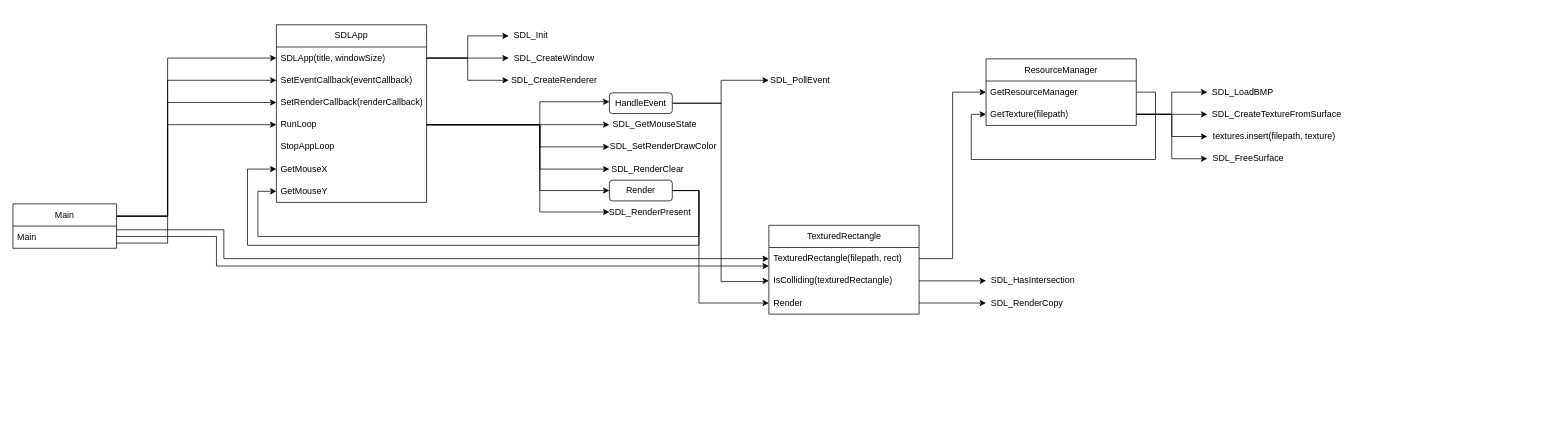
GabrielMerinoUCA/SDL-Tutorial keeps this draw.io diagram as doc/SDL.drawio. Above is the earlier version. Source tidied: cells renumbered, new cells numbered last; positions are measured from the earlier drawing's top-left corner, leaving out a move shared by most shapes. Both pictures are drawn from the tidied source at 74%, with x=0, y=0 at pixel (13, 24).
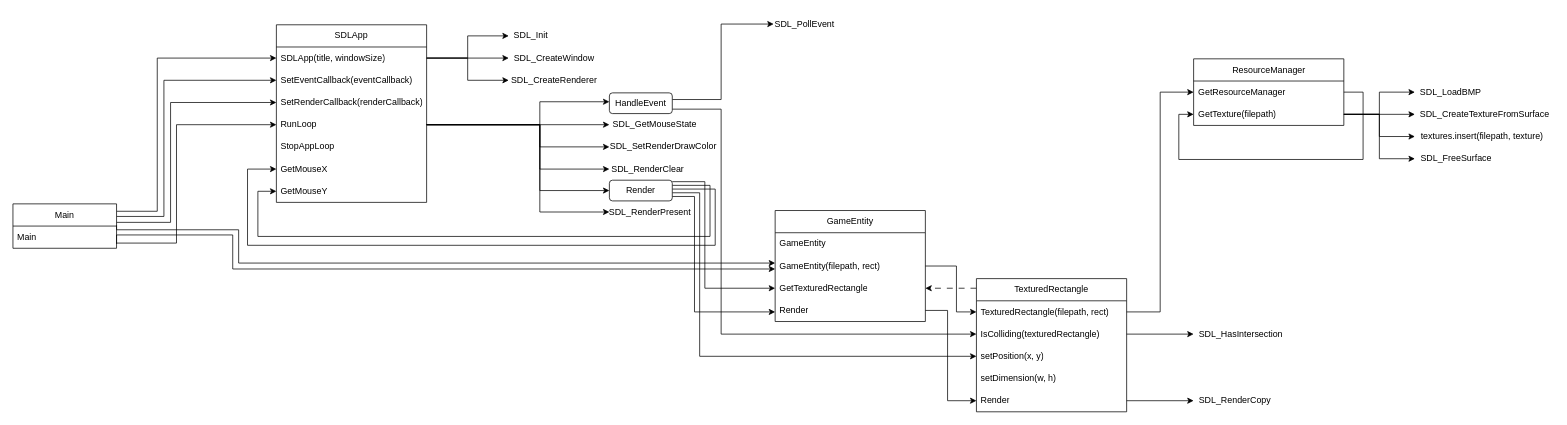
Above is the later version.

The change refers to these unchanged cells:
```xml
<mxCell id="7" value="Main" style="swimlane;fontStyle=0;horizontal=1;startSize=30;whiteSpace=wrap;html=1;" parent="1" vertex="1">
  <mxGeometry y="242" width="140" height="60" as="geometry" />
</mxCell>
<mxCell id="8" value="&lt;div&gt;Main&lt;/div&gt;" style="text;strokeColor=none;fillColor=none;align=left;verticalAlign=middle;spacingLeft=4;spacingRight=4;overflow=hidden;points=[[0,0.5],[1,0.5]];portConstraint=eastwest;whiteSpace=wrap;html=1;" parent="7" vertex="1">
  <mxGeometry y="30" width="140" height="30" as="geometry" />
</mxCell>
<mxCell id="10" value="SDLApp(title, windowSize)" style="text;strokeColor=none;fillColor=none;align=left;verticalAlign=middle;spacingLeft=4;spacingRight=4;overflow=hidden;points=[[0,0.5],[1,0.5]];portConstraint=eastwest;whiteSpace=wrap;html=1;" parent="9" vertex="1">
  <mxGeometry y="30" width="203" height="30" as="geometry" />
</mxCell>
<mxCell id="11" value="SetEventCallback(eventCallback)" style="text;strokeColor=none;fillColor=none;align=left;verticalAlign=middle;spacingLeft=4;spacingRight=4;overflow=hidden;points=[[0,0.5],[1,0.5]];portConstraint=eastwest;whiteSpace=wrap;html=1;" parent="9" vertex="1">
  <mxGeometry y="60" width="203" height="30" as="geometry" />
</mxCell>
<mxCell id="12" value="SetRenderCallback(renderCallback)" style="text;strokeColor=none;fillColor=none;align=left;verticalAlign=middle;spacingLeft=4;spacingRight=4;overflow=hidden;points=[[0,0.5],[1,0.5]];portConstraint=eastwest;whiteSpace=wrap;html=1;" parent="9" vertex="1">
  <mxGeometry y="90" width="203" height="30" as="geometry" />
</mxCell>
<mxCell id="13" value="RunLoop" style="text;strokeColor=none;fillColor=none;align=left;verticalAlign=middle;spacingLeft=4;spacingRight=4;overflow=hidden;points=[[0,0.5],[1,0.5]];portConstraint=eastwest;whiteSpace=wrap;html=1;" parent="9" vertex="1">
  <mxGeometry y="120" width="203" height="30" as="geometry" />
</mxCell>
<mxCell id="15" value="GetMouseX" style="text;strokeColor=none;fillColor=none;align=left;verticalAlign=middle;spacingLeft=4;spacingRight=4;overflow=hidden;points=[[0,0.5],[1,0.5]];portConstraint=eastwest;whiteSpace=wrap;html=1;" parent="9" vertex="1">
  <mxGeometry y="180" width="203" height="30" as="geometry" />
</mxCell>
<mxCell id="16" value="GetMouseY" style="text;strokeColor=none;fillColor=none;align=left;verticalAlign=middle;spacingLeft=4;spacingRight=4;overflow=hidden;points=[[0,0.5],[1,0.5]];portConstraint=eastwest;whiteSpace=wrap;html=1;" parent="9" vertex="1">
  <mxGeometry y="210" width="203" height="30" as="geometry" />
</mxCell>
<mxCell id="26" value="HandleEvent" style="rounded=1;whiteSpace=wrap;html=1;" parent="1" vertex="1">
  <mxGeometry x="806" y="92" width="85" height="28" as="geometry" />
</mxCell>
<mxCell id="29" value="TexturedRectangle(filepath, rect)" style="text;strokeColor=none;fillColor=none;align=left;verticalAlign=middle;spacingLeft=4;spacingRight=4;overflow=hidden;points=[[0,0.5],[1,0.5]];portConstraint=eastwest;whiteSpace=wrap;html=1;" parent="28" vertex="1">
  <mxGeometry y="30" width="203" height="30" as="geometry" />
</mxCell>
<mxCell id="30" value="IsColliding(texturedRectangle)" style="text;strokeColor=none;fillColor=none;align=left;verticalAlign=middle;spacingLeft=4;spacingRight=4;overflow=hidden;points=[[0,0.5],[1,0.5]];portConstraint=eastwest;whiteSpace=wrap;html=1;" parent="28" vertex="1">
  <mxGeometry y="60" width="203" height="30" as="geometry" />
</mxCell>
<mxCell id="41" value="Render" style="rounded=1;whiteSpace=wrap;html=1;" parent="1" vertex="1">
  <mxGeometry x="806" y="210" width="85" height="28" as="geometry" />
</mxCell>
```

Diff of the diagram source:
```diff
@@
     <mxCell id="2" style="edgeStyle=orthogonalEdgeStyle;rounded=0;jettySize=auto;html=1;entryX=0;entryY=0.5;entryDx=0;entryDy=0;" parent="1" edge="1" source="7" target="10">
       <mxGeometry relative="1" as="geometry">
         <Array as="points">
-          <mxPoint x="209" y="258" />
-          <mxPoint x="209" y="45" />
+          <mxPoint x="195" y="252" />
+          <mxPoint x="195" y="45" />
         </Array>
       </mxGeometry>
     </mxCell>
     <mxCell id="3" style="edgeStyle=orthogonalEdgeStyle;rounded=0;jettySize=auto;html=1;" parent="1" edge="1" source="7" target="11">
       <mxGeometry relative="1" as="geometry">
         <Array as="points">
-          <mxPoint x="209" y="259" />
-          <mxPoint x="209" y="75" />
+          <mxPoint x="204" y="259" />
+          <mxPoint x="204" y="75" />
         </Array>
       </mxGeometry>
     </mxCell>
     <mxCell id="4" style="edgeStyle=orthogonalEdgeStyle;rounded=0;jettySize=auto;html=1;" parent="1" edge="1" source="7" target="12">
       <mxGeometry relative="1" as="geometry">
         <Array as="points">
-          <mxPoint x="209" y="259" />
-          <mxPoint x="209" y="105" />
+          <mxPoint x="213" y="267" />
+          <mxPoint x="213" y="105" />
         </Array>
       </mxGeometry>
     </mxCell>
     <mxCell id="5" style="edgeStyle=orthogonalEdgeStyle;rounded=0;jettySize=auto;html=1;" parent="1" edge="1" source="7" target="13">
       <mxGeometry relative="1" as="geometry">
         <Array as="points">
-          <mxPoint x="209" y="295" />
-          <mxPoint x="209" y="135" />
+          <mxPoint x="221" y="295" />
+          <mxPoint x="221" y="135" />
         </Array>
       </mxGeometry>
     </mxCell>
-    <mxCell id="6" style="edgeStyle=orthogonalEdgeStyle;rounded=0;jettySize=auto;html=1;" parent="1" edge="1" source="7" target="29">
-      <mxGeometry relative="1" as="geometry">
-        <Array as="points">
-          <mxPoint x="275" y="286" />
-          <mxPoint x="275" y="326" />
-        </Array>
-      </mxGeometry>
-    </mxCell>
@@
     <mxCell id="24" style="edgeStyle=orthogonalEdgeStyle;rounded=0;jettySize=auto;html=1;entryX=0;entryY=0.5;entryDx=0;entryDy=0;" parent="1" edge="1" source="26" target="27">
       <mxGeometry relative="1" as="geometry">
         <Array as="points">
-          <mxPoint x="957" y="106" />
-          <mxPoint x="957" y="75" />
+          <mxPoint x="957" y="101" />
+          <mxPoint x="957" y="-1" />
         </Array>
       </mxGeometry>
     </mxCell>
     <mxCell id="25" style="edgeStyle=orthogonalEdgeStyle;rounded=0;jettySize=auto;html=1;entryX=0;entryY=0.5;entryDx=0;entryDy=0;" parent="1" edge="1" source="26" target="30">
       <mxGeometry relative="1" as="geometry">
         <Array as="points">
-          <mxPoint x="957" y="106" />
-          <mxPoint x="957" y="347" />
-          <mxPoint x="1017" y="347" />
-          <mxPoint x="1017" y="346" />
+          <mxPoint x="957" y="114" />
+          <mxPoint x="957" y="418" />
         </Array>
       </mxGeometry>
     </mxCell>
@@
     <mxCell id="27" value="SDL_PollEvent" style="text;html=1;align=center;verticalAlign=middle;whiteSpace=wrap;rounded=0;" parent="1" vertex="1">
-      <mxGeometry x="1021.5" y="60" width="84" height="30" as="geometry" />
+      <mxGeometry x="1028" y="-16" width="84" height="30" as="geometry" />
     </mxCell>
+    <mxCell id="63" style="edgeStyle=orthogonalEdgeStyle;rounded=0;jettySize=auto;html=1;dashed=1;dashPattern=8 8;" parent="1" edge="1" source="28" target="72">
+      <mxGeometry relative="1" as="geometry">
+        <Array as="points">
+          <mxPoint x="1292" y="356" />
+          <mxPoint x="1292" y="356" />
+        </Array>
+      </mxGeometry>
+    </mxCell>
     <mxCell id="28" value="TexturedRectangle" style="swimlane;fontStyle=0;horizontal=1;startSize=30;whiteSpace=wrap;html=1;" parent="1" vertex="1">
-      <mxGeometry x="1021.5" y="271" width="203" height="120" as="geometry" />
+      <mxGeometry x="1302" y="343" width="203" height="180" as="geometry" />
     </mxCell>
@@
+    <mxCell id="64" value="setPosition(x, y)" style="text;strokeColor=none;fillColor=none;align=left;verticalAlign=middle;spacingLeft=4;spacingRight=4;overflow=hidden;points=[[0,0.5],[1,0.5]];portConstraint=eastwest;whiteSpace=wrap;html=1;" parent="28" vertex="1">
+      <mxGeometry y="90" width="203" height="30" as="geometry" />
+    </mxCell>
+    <mxCell id="65" value="setDimension(w, h)" style="text;strokeColor=none;fillColor=none;align=left;verticalAlign=middle;spacingLeft=4;spacingRight=4;overflow=hidden;whiteSpace=wrap;html=1;" parent="28" vertex="1">
+      <mxGeometry y="120" width="203" height="30" as="geometry" />
+    </mxCell>
     <mxCell id="31" value="Render" style="text;strokeColor=none;fillColor=none;align=left;verticalAlign=middle;spacingLeft=4;spacingRight=4;overflow=hidden;points=[[0,0.5],[1,0.5]];portConstraint=eastwest;whiteSpace=wrap;html=1;" parent="28" vertex="1">
-      <mxGeometry y="90" width="203" height="30" as="geometry" />
+      <mxGeometry y="150" width="203" height="30" as="geometry" />
     </mxCell>
@@
     <mxCell id="38" style="edgeStyle=orthogonalEdgeStyle;rounded=0;jettySize=auto;html=1;entryX=0;entryY=0.5;entryDx=0;entryDy=0;" parent="1" edge="1" source="41" target="15">
       <mxGeometry relative="1" as="geometry">
         <Array as="points">
-          <mxPoint x="927" y="224" />
-          <mxPoint x="927" y="298" />
+          <mxPoint x="949" y="222" />
+          <mxPoint x="949" y="298" />
           <mxPoint x="317" y="298" />
           <mxPoint x="317" y="195" />
         </Array>
       </mxGeometry>
     </mxCell>
     <mxCell id="39" style="edgeStyle=orthogonalEdgeStyle;rounded=0;jettySize=auto;html=1;entryX=0;entryY=0.5;entryDx=0;entryDy=0;" parent="1" edge="1" source="41" target="16">
       <mxGeometry relative="1" as="geometry">
         <Array as="points">
-          <mxPoint x="927" y="224" />
-          <mxPoint x="927" y="286" />
+          <mxPoint x="942" y="217" />
+          <mxPoint x="942" y="286" />
           <mxPoint x="331" y="286" />
           <mxPoint x="331" y="225" />
         </Array>
       </mxGeometry>
     </mxCell>
-    <mxCell id="40" style="edgeStyle=orthogonalEdgeStyle;rounded=0;jettySize=auto;html=1;" parent="1" edge="1" source="41" target="31">
-      <mxGeometry relative="1" as="geometry">
-        <Array as="points">
-          <mxPoint x="927" y="224" />
-          <mxPoint x="927" y="376" />
-        </Array>
-      </mxGeometry>
-    </mxCell>
+    <mxCell id="66" style="edgeStyle=orthogonalEdgeStyle;rounded=0;jettySize=auto;html=1;" parent="1" edge="1" source="41" target="73">
+      <mxGeometry relative="1" as="geometry">
+        <Array as="points">
+          <mxPoint x="921" y="232" />
+          <mxPoint x="921" y="388" />
+        </Array>
+      </mxGeometry>
+    </mxCell>
+    <mxCell id="67" style="edgeStyle=orthogonalEdgeStyle;rounded=0;jettySize=auto;html=1;" parent="1" edge="1" source="41" target="72">
+      <mxGeometry relative="1" as="geometry">
+        <Array as="points">
+          <mxPoint x="935" y="212" />
+          <mxPoint x="935" y="356" />
+        </Array>
+      </mxGeometry>
+    </mxCell>
+    <mxCell id="68" style="edgeStyle=orthogonalEdgeStyle;rounded=0;jettySize=auto;html=1;" parent="1" edge="1" source="41" target="64">
+      <mxGeometry relative="1" as="geometry">
+        <Array as="points">
+          <mxPoint x="928" y="227" />
+          <mxPoint x="928" y="448" />
+        </Array>
+      </mxGeometry>
+    </mxCell>
@@
     <mxCell id="43" value="SDL_RenderCopy" style="text;html=1;align=center;verticalAlign=middle;whiteSpace=wrap;rounded=0;" parent="1" vertex="1">
-      <mxGeometry x="1315" y="361" width="111" height="30" as="geometry" />
+      <mxGeometry x="1595.5" y="493" width="111" height="30" as="geometry" />
     </mxCell>
@@
     <mxCell id="45" value="SDL_HasIntersection" style="text;html=1;align=center;verticalAlign=middle;whiteSpace=wrap;rounded=0;" parent="1" vertex="1">
-      <mxGeometry x="1315" y="331" width="127" height="30" as="geometry" />
+      <mxGeometry x="1595.5" y="403" width="127" height="30" as="geometry" />
     </mxCell>
@@
     <mxCell id="49" value="ResourceManager" style="swimlane;fontStyle=0;horizontal=1;startSize=30;whiteSpace=wrap;html=1;" parent="1" vertex="1">
-      <mxGeometry x="1315" y="46" width="203" height="90" as="geometry" />
+      <mxGeometry x="1595.5" y="46" width="203" height="90" as="geometry" />
     </mxCell>
@@
     <mxCell id="54" value="SDL_LoadBMP" style="text;html=1;align=center;verticalAlign=middle;whiteSpace=wrap;rounded=0;" parent="1" vertex="1">
-      <mxGeometry x="1614" y="76" width="96" height="30" as="geometry" />
+      <mxGeometry x="1894.5" y="76" width="96" height="30" as="geometry" />
     </mxCell>
@@
     <mxCell id="56" value="SDL_CreateTextureFromSurface" style="text;html=1;align=center;verticalAlign=middle;whiteSpace=wrap;rounded=0;" parent="1" vertex="1">
-      <mxGeometry x="1614" y="106" width="188" height="30" as="geometry" />
+      <mxGeometry x="1894.5" y="106" width="188" height="30" as="geometry" />
     </mxCell>
@@
     <mxCell id="58" value="textures.insert(filepath, texture)" style="text;html=1;align=center;verticalAlign=middle;whiteSpace=wrap;rounded=0;" parent="1" vertex="1">
-      <mxGeometry x="1614" y="136" width="181" height="30" as="geometry" />
+      <mxGeometry x="1894.5" y="136" width="181" height="30" as="geometry" />
     </mxCell>
@@
     <mxCell id="60" value="SDL_FreeSurface" style="text;html=1;align=center;verticalAlign=middle;whiteSpace=wrap;rounded=0;" parent="1" vertex="1">
-      <mxGeometry x="1614" y="166" width="111" height="30" as="geometry" />
+      <mxGeometry x="1894.5" y="166" width="111" height="30" as="geometry" />
     </mxCell>
@@
-    <mxCell id="62" style="edgeStyle=orthogonalEdgeStyle;rounded=0;jettySize=auto;html=1;entryX=0;entryY=0.5;entryDx=0;entryDy=0;" parent="1" edge="1" source="8" target="29">
-      <mxGeometry relative="1" as="geometry">
-        <Array as="points">
-          <mxPoint x="285" y="277" />
-          <mxPoint x="285" y="316" />
-        </Array>
-      </mxGeometry>
-    </mxCell>
+    <mxCell id="69" value="GameEntity" style="swimlane;fontStyle=0;horizontal=1;startSize=30;whiteSpace=wrap;html=1;" parent="1" vertex="1">
+      <mxGeometry x="1030" y="251" width="203" height="150" as="geometry" />
+    </mxCell>
+    <mxCell id="70" value="GameEntity" style="text;strokeColor=none;fillColor=none;align=left;verticalAlign=middle;spacingLeft=4;spacingRight=4;overflow=hidden;whiteSpace=wrap;html=1;" parent="69" vertex="1">
+      <mxGeometry y="30" width="203" height="30" as="geometry" />
+    </mxCell>
+    <mxCell id="71" value="GameEntity(filepath, rect)" style="text;strokeColor=none;fillColor=none;align=left;verticalAlign=middle;spacingLeft=4;spacingRight=4;overflow=hidden;points=[[0,0.5],[1,0.5]];portConstraint=eastwest;whiteSpace=wrap;html=1;" parent="69" vertex="1">
+      <mxGeometry y="60" width="203" height="30" as="geometry" />
+    </mxCell>
+    <mxCell id="72" value="GetTexturedRectangle" style="text;strokeColor=none;fillColor=none;align=left;verticalAlign=middle;spacingLeft=4;spacingRight=4;overflow=hidden;points=[[0,0.5],[1,0.5]];portConstraint=eastwest;whiteSpace=wrap;html=1;" parent="69" vertex="1">
+      <mxGeometry y="90" width="203" height="30" as="geometry" />
+    </mxCell>
+    <mxCell id="73" value="Render" style="text;strokeColor=none;fillColor=none;align=left;verticalAlign=middle;spacingLeft=4;spacingRight=4;overflow=hidden;points=[[0,0.5],[1,0.5]];portConstraint=eastwest;whiteSpace=wrap;html=1;" parent="69" vertex="1">
+      <mxGeometry y="120" width="203" height="30" as="geometry" />
+    </mxCell>
+    <mxCell id="74" style="edgeStyle=orthogonalEdgeStyle;rounded=0;jettySize=auto;html=1;" parent="1" edge="1" source="71" target="29">
+      <mxGeometry relative="1" as="geometry">
+        <Array as="points">
+          <mxPoint x="1275" y="326" />
+          <mxPoint x="1275" y="388" />
+        </Array>
+      </mxGeometry>
+    </mxCell>
+    <mxCell id="75" style="edgeStyle=orthogonalEdgeStyle;rounded=0;jettySize=auto;html=1;" parent="1" edge="1" target="71">
+      <mxGeometry relative="1" as="geometry">
+        <mxPoint x="140" y="271" as="sourcePoint" />
+        <Array as="points">
+          <mxPoint x="140" y="277" />
+          <mxPoint x="305" y="277" />
+          <mxPoint x="305" y="322" />
+        </Array>
+      </mxGeometry>
+    </mxCell>
+    <mxCell id="76" style="edgeStyle=orthogonalEdgeStyle;rounded=0;orthogonalLoop=1;jettySize=auto;html=1;" parent="1" edge="1">
+      <mxGeometry relative="1" as="geometry">
+        <mxPoint x="140" y="296" as="sourcePoint" />
+        <mxPoint x="1030" y="330" as="targetPoint" />
+        <Array as="points">
+          <mxPoint x="140" y="284" />
+          <mxPoint x="297" y="284" />
+          <mxPoint x="297" y="330" />
+        </Array>
+      </mxGeometry>
+    </mxCell>
+    <mxCell id="77" style="edgeStyle=orthogonalEdgeStyle;rounded=0;jettySize=auto;html=1;" parent="1" edge="1" source="73" target="31">
+      <mxGeometry relative="1" as="geometry">
+        <Array as="points">
+          <mxPoint x="1263" y="386" />
+          <mxPoint x="1263" y="508" />
+        </Array>
+      </mxGeometry>
+    </mxCell>
```
